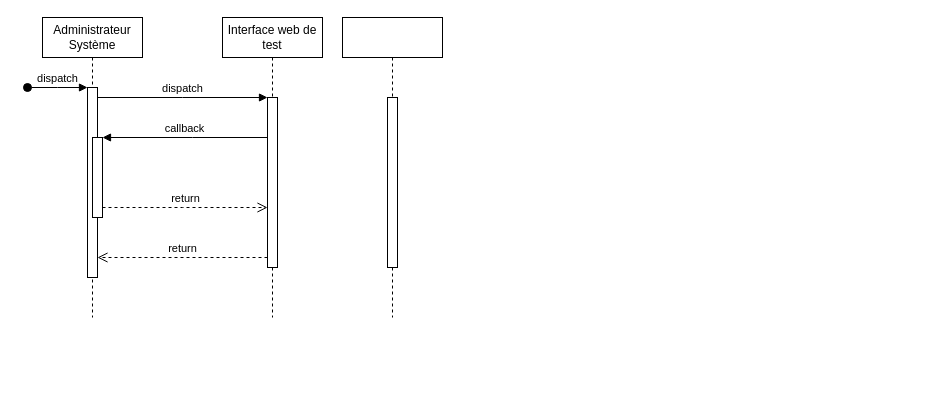
Before: sequence.drawio in eya-harbaoui/Diagramms, a draw.io diagram. Source tidied: cells renumbered, new cells numbered last; positions are measured from the earlier drawing's top-left corner, leaving out a move shared by most shapes. Both pictures are drawn from the tidied source at 100%, with x=0, y=0 at pixel (27, 17).
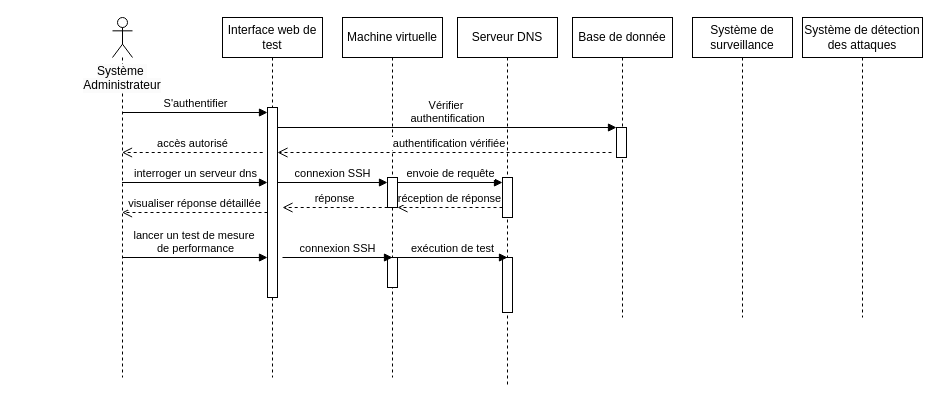
The same page after the edit.

Commit message:
Mettre à jour sequence.drawio

The edit, as a diff of the source:
```diff
@@
-    <mxCell id="2" value="Administrateur Système" style="shape=umlLifeline;perimeter=lifelinePerimeter;whiteSpace=wrap;html=1;newEdgeStyle={&quot;edgeStyle&quot;:&quot;elbowEdgeStyle&quot;,&quot;elbow&quot;:&quot;vertical&quot;,&quot;curved&quot;:0,&quot;rounded&quot;:0};" parent="1" vertex="1">
-      <mxGeometry x="15" width="100" height="300" as="geometry" />
-    </mxCell>
-    <mxCell id="3" style="html=1;points=[];perimeter=orthogonalPerimeter;outlineConnect=0;targetShapes=umlLifeline;portConstraint=eastwest;newEdgeStyle={&quot;edgeStyle&quot;:&quot;elbowEdgeStyle&quot;,&quot;elbow&quot;:&quot;vertical&quot;,&quot;curved&quot;:0,&quot;rounded&quot;:0};" parent="2" vertex="1">
-      <mxGeometry x="45" y="70" width="10" height="190" as="geometry" />
-    </mxCell>
-    <mxCell id="4" value="dispatch" style="html=1;verticalAlign=bottom;startArrow=oval;endArrow=block;startSize=8;edgeStyle=elbowEdgeStyle;elbow=vertical;curved=0;rounded=0;" parent="2" edge="1" target="3">
-      <mxGeometry relative="1" as="geometry">
-        <mxPoint x="-15" y="70" as="sourcePoint" />
-      </mxGeometry>
-    </mxCell>
-    <mxCell id="5" style="html=1;points=[];perimeter=orthogonalPerimeter;outlineConnect=0;targetShapes=umlLifeline;portConstraint=eastwest;newEdgeStyle={&quot;edgeStyle&quot;:&quot;elbowEdgeStyle&quot;,&quot;elbow&quot;:&quot;vertical&quot;,&quot;curved&quot;:0,&quot;rounded&quot;:0};" parent="2" vertex="1">
-      <mxGeometry x="50" y="120" width="10" height="80" as="geometry" />
-    </mxCell>
     <mxCell id="6" value="Interface web de test" style="shape=umlLifeline;perimeter=lifelinePerimeter;whiteSpace=wrap;html=1;newEdgeStyle={&quot;edgeStyle&quot;:&quot;elbowEdgeStyle&quot;,&quot;elbow&quot;:&quot;vertical&quot;,&quot;curved&quot;:0,&quot;rounded&quot;:0};" parent="1" vertex="1">
-      <mxGeometry x="195" width="100" height="300" as="geometry" />
+      <mxGeometry x="195" width="100" height="360" as="geometry" />
     </mxCell>
-    <mxCell id="7" style="html=1;points=[];perimeter=orthogonalPerimeter;outlineConnect=0;targetShapes=umlLifeline;portConstraint=eastwest;newEdgeStyle={&quot;edgeStyle&quot;:&quot;elbowEdgeStyle&quot;,&quot;elbow&quot;:&quot;vertical&quot;,&quot;curved&quot;:0,&quot;rounded&quot;:0};" parent="6" vertex="1">
-      <mxGeometry x="45" y="80" width="10" height="170" as="geometry" />
-    </mxCell>
-    <mxCell id="8" value="dispatch" style="html=1;verticalAlign=bottom;endArrow=block;edgeStyle=elbowEdgeStyle;elbow=vertical;curved=0;rounded=0;" parent="1" edge="1" source="3" target="7">
-      <mxGeometry relative="1" as="geometry">
-        <Array as="points">
-          <mxPoint x="155" y="80" />
-        </Array>
-      </mxGeometry>
-    </mxCell>
-    <mxCell id="9" value="return" style="html=1;verticalAlign=bottom;endArrow=open;dashed=1;endSize=8;edgeStyle=elbowEdgeStyle;elbow=vertical;curved=0;rounded=0;" parent="1" edge="1" source="7" target="3">
-      <mxGeometry relative="1" as="geometry">
-        <Array as="points">
-          <mxPoint x="165" y="240" />
-        </Array>
-      </mxGeometry>
-    </mxCell>
-    <mxCell id="10" value="callback" style="html=1;verticalAlign=bottom;endArrow=block;edgeStyle=elbowEdgeStyle;elbow=vertical;curved=0;rounded=0;" parent="1" edge="1" source="7" target="5">
-      <mxGeometry relative="1" as="geometry">
-        <Array as="points">
-          <mxPoint x="165" y="120" />
-        </Array>
-      </mxGeometry>
-    </mxCell>
-    <mxCell id="11" value="return" style="html=1;verticalAlign=bottom;endArrow=open;dashed=1;endSize=8;edgeStyle=elbowEdgeStyle;elbow=vertical;curved=0;rounded=0;" parent="1" edge="1" source="5" target="7">
-      <mxGeometry relative="1" as="geometry">
-        <Array as="points">
-          <mxPoint x="155" y="190" />
-        </Array>
-      </mxGeometry>
-    </mxCell>
+    <mxCell id="14" style="html=1;points=[[0,0,0,0,5],[0,1,0,0,-5],[1,0,0,0,5],[1,1,0,0,-5]];perimeter=orthogonalPerimeter;outlineConnect=0;targetShapes=umlLifeline;portConstraint=eastwest;newEdgeStyle={&quot;curved&quot;:0,&quot;rounded&quot;:0};" parent="6" vertex="1">
+      <mxGeometry x="45" y="90" width="10" height="190" as="geometry" />
+    </mxCell>
-    <mxCell id="12" style="shape=umlLifeline;perimeter=lifelinePerimeter;whiteSpace=wrap;html=1;newEdgeStyle={&quot;edgeStyle&quot;:&quot;elbowEdgeStyle&quot;,&quot;elbow&quot;:&quot;vertical&quot;,&quot;curved&quot;:0,&quot;rounded&quot;:0};" parent="1" vertex="1">
-      <mxGeometry x="315" width="100" height="300" as="geometry" />
+    <mxCell id="12" value="Machine virtuelle" style="shape=umlLifeline;perimeter=lifelinePerimeter;whiteSpace=wrap;html=1;newEdgeStyle={&quot;edgeStyle&quot;:&quot;elbowEdgeStyle&quot;,&quot;elbow&quot;:&quot;vertical&quot;,&quot;curved&quot;:0,&quot;rounded&quot;:0};" parent="1" vertex="1">
+      <mxGeometry x="315" width="100" height="360" as="geometry" />
     </mxCell>
-    <mxCell id="13" style="html=1;perimeter=orthogonalPerimeter;targetShapes=umlLifeline;newEdgeStyle={&quot;edgeStyle&quot;:&quot;elbowEdgeStyle&quot;,&quot;elbow&quot;:&quot;vertical&quot;,&quot;curved&quot;:0,&quot;rounded&quot;:0};" parent="12" vertex="1">
-      <mxGeometry x="45" y="80" width="10" height="170" as="geometry" />
-    </mxCell>
+    <mxCell id="15" style="html=1;points=[[0,0,0,0,5],[0,1,0,0,-5],[1,0,0,0,5],[1,1,0,0,-5]];perimeter=orthogonalPerimeter;outlineConnect=0;targetShapes=umlLifeline;portConstraint=eastwest;newEdgeStyle={&quot;curved&quot;:0,&quot;rounded&quot;:0};" parent="12" vertex="1">
+      <mxGeometry x="45" y="160" width="10" height="30" as="geometry" />
+    </mxCell>
+    <mxCell id="16" value="connexion SSH" style="html=1;verticalAlign=bottom;endArrow=block;curved=0;rounded=0;entryX=0;entryY=0;entryDx=0;entryDy=5;" parent="12" edge="1" target="15">
+      <mxGeometry relative="1" as="geometry">
+        <mxPoint x="-65" y="165" as="sourcePoint" />
+      </mxGeometry>
+    </mxCell>
+    <mxCell id="17" style="html=1;perimeter=orthogonalPerimeter;targetShapes=umlLifeline;newEdgeStyle={&quot;curved&quot;:0,&quot;rounded&quot;:0};" parent="12" vertex="1">
+      <mxGeometry x="45" y="240" width="10" height="30" as="geometry" />
+    </mxCell>
+    <mxCell id="18" value="Base de donnée" style="shape=umlLifeline;perimeter=lifelinePerimeter;whiteSpace=wrap;html=1;newEdgeStyle={&quot;edgeStyle&quot;:&quot;elbowEdgeStyle&quot;,&quot;elbow&quot;:&quot;vertical&quot;,&quot;curved&quot;:0,&quot;rounded&quot;:0};" parent="1" vertex="1">
+      <mxGeometry x="545" width="100" height="300" as="geometry" />
+    </mxCell>
+    <mxCell id="19" style="html=1;perimeter=orthogonalPerimeter;targetShapes=umlLifeline;newEdgeStyle={&quot;curved&quot;:0,&quot;rounded&quot;:0};" parent="18" vertex="1">
+      <mxGeometry x="44" y="110" width="10" height="30" as="geometry" />
+    </mxCell>
+    <mxCell id="20" value="Serveur DNS" style="shape=umlLifeline;perimeter=lifelinePerimeter;whiteSpace=wrap;html=1;newEdgeStyle={&quot;edgeStyle&quot;:&quot;elbowEdgeStyle&quot;,&quot;elbow&quot;:&quot;vertical&quot;,&quot;curved&quot;:0,&quot;rounded&quot;:0};" parent="1" vertex="1">
+      <mxGeometry x="430" width="100" height="370" as="geometry" />
+    </mxCell>
+    <mxCell id="21" style="html=1;points=[[0,0,0,0,5],[0,1,0,0,-5],[1,0,0,0,5],[1,1,0,0,-5]];perimeter=orthogonalPerimeter;outlineConnect=0;targetShapes=umlLifeline;portConstraint=eastwest;newEdgeStyle={&quot;curved&quot;:0,&quot;rounded&quot;:0};" parent="20" vertex="1">
+      <mxGeometry x="45" y="160" width="10" height="40" as="geometry" />
+    </mxCell>
+    <mxCell id="22" style="html=1;perimeter=orthogonalPerimeter;targetShapes=umlLifeline;newEdgeStyle={&quot;curved&quot;:0,&quot;rounded&quot;:0};" parent="20" vertex="1">
+      <mxGeometry x="45" y="240" width="10" height="55" as="geometry" />
+    </mxCell>
+    <mxCell id="23" value="Système de surveillance" style="shape=umlLifeline;perimeter=lifelinePerimeter;whiteSpace=wrap;html=1;newEdgeStyle={&quot;edgeStyle&quot;:&quot;elbowEdgeStyle&quot;,&quot;elbow&quot;:&quot;vertical&quot;,&quot;curved&quot;:0,&quot;rounded&quot;:0};" parent="1" vertex="1">
+      <mxGeometry x="665" width="100" height="300" as="geometry" />
+    </mxCell>
+    <mxCell id="24" value="Système de détection des attaques" style="shape=umlLifeline;perimeter=lifelinePerimeter;whiteSpace=wrap;html=1;newEdgeStyle={&quot;edgeStyle&quot;:&quot;elbowEdgeStyle&quot;,&quot;elbow&quot;:&quot;vertical&quot;,&quot;curved&quot;:0,&quot;rounded&quot;:0};" parent="1" vertex="1">
+      <mxGeometry x="775" width="120" height="300" as="geometry" />
+    </mxCell>
+    <mxCell id="25" style="shape=umlLifeline;perimeter=lifelinePerimeter;whiteSpace=wrap;html=1;outlineConnect=0;portConstraint=eastwest;newEdgeStyle={&quot;curved&quot;:0,&quot;rounded&quot;:0};participant=umlActor;" parent="1" vertex="1">
+      <mxGeometry x="85" width="20" height="360" as="geometry" />
+    </mxCell>
+    <mxCell id="26" value="&lt;span style=&quot;color: rgb(0, 0, 0); font-family: Helvetica; font-size: 12px; font-style: normal; font-variant-ligatures: normal; font-variant-caps: normal; font-weight: 400; letter-spacing: normal; orphans: 2; text-indent: 0px; text-transform: none; widows: 2; word-spacing: 0px; -webkit-text-stroke-width: 0px; white-space: nowrap; background-color: rgb(251, 251, 251); text-decoration-thickness: initial; text-decoration-style: initial; text-decoration-color: initial; float: none; display: inline !important;&quot;&gt;Système&amp;nbsp;&lt;/span&gt;&lt;div style=&quot;forced-color-adjust: none; color: rgb(0, 0, 0); font-family: Helvetica; font-size: 12px; font-style: normal; font-variant-ligatures: normal; font-variant-caps: normal; font-weight: 400; letter-spacing: normal; orphans: 2; text-indent: 0px; text-transform: none; widows: 2; word-spacing: 0px; -webkit-text-stroke-width: 0px; white-space: nowrap; background-color: rgb(251, 251, 251); text-decoration-thickness: initial; text-decoration-style: initial; text-decoration-color: initial;&quot;&gt;Administrateur&lt;/div&gt;" style="text;whiteSpace=wrap;html=1;align=center;" parent="1" vertex="1">
+      <mxGeometry x="40" y="40" width="110" height="50" as="geometry" />
+    </mxCell>
+    <mxCell id="27" value="accès autorisé" style="html=1;verticalAlign=bottom;endArrow=open;dashed=1;endSize=8;curved=0;rounded=0;" parent="1" edge="1" target="25">
+      <mxGeometry relative="1" as="geometry">
+        <mxPoint x="235.2" y="135" as="sourcePoint" />
+      </mxGeometry>
+    </mxCell>
+    <mxCell id="28" value="S'authentifier" style="html=1;verticalAlign=bottom;endArrow=block;curved=0;rounded=0;entryX=0;entryY=0;entryDx=0;entryDy=5;" parent="1" edge="1" source="25" target="14">
+      <mxGeometry relative="1" as="geometry" />
+    </mxCell>
+    <mxCell id="29" value="&amp;nbsp; &amp;nbsp;authentification vérifiée" style="html=1;verticalAlign=bottom;endArrow=open;dashed=1;endSize=8;curved=0;rounded=0;exitX=0;exitY=1;exitDx=0;exitDy=-5;" parent="1" edge="1">
+      <mxGeometry relative="1" as="geometry">
+        <mxPoint x="584" y="135" as="sourcePoint" />
+        <mxPoint x="250" y="135" as="targetPoint" />
+      </mxGeometry>
+    </mxCell>
+    <mxCell id="30" value="Vérifier&amp;nbsp;&lt;div&gt;authentification&lt;/div&gt;" style="html=1;verticalAlign=bottom;endArrow=block;curved=0;rounded=0;entryX=0;entryY=0;entryDx=0;entryDy=5;" parent="1" edge="1">
+      <mxGeometry relative="1" as="geometry">
+        <mxPoint x="250" y="110" as="sourcePoint" />
+        <mxPoint x="589" y="110" as="targetPoint" />
+      </mxGeometry>
+    </mxCell>
+    <mxCell id="31" value="interroger un serveur dns" style="html=1;verticalAlign=bottom;endArrow=block;curved=0;rounded=0;entryX=0;entryY=0;entryDx=0;entryDy=5;" parent="1" edge="1" source="25">
+      <mxGeometry relative="1" as="geometry">
+        <mxPoint x="240" y="165" as="targetPoint" />
+      </mxGeometry>
+    </mxCell>
+    <mxCell id="32" value="visualiser réponse détaillée" style="html=1;verticalAlign=bottom;endArrow=open;dashed=1;endSize=8;curved=0;rounded=0;exitX=0;exitY=1;exitDx=0;exitDy=-5;" parent="1" edge="1" target="25">
+      <mxGeometry relative="1" as="geometry">
+        <mxPoint x="240" y="195" as="sourcePoint" />
+      </mxGeometry>
+    </mxCell>
+    <mxCell id="33" value="réponse" style="html=1;verticalAlign=bottom;endArrow=open;dashed=1;endSize=8;curved=0;rounded=0;exitX=0;exitY=1;exitDx=0;exitDy=-5;" parent="1" edge="1">
+      <mxGeometry relative="1" as="geometry">
+        <mxPoint x="360.2" y="190" as="sourcePoint" />
+        <mxPoint x="255" y="190" as="targetPoint" />
+      </mxGeometry>
+    </mxCell>
+    <mxCell id="34" value="envoie de requête" style="html=1;verticalAlign=bottom;endArrow=block;curved=0;rounded=0;entryX=0;entryY=0;entryDx=0;entryDy=5;exitX=1;exitY=0;exitDx=0;exitDy=5;exitPerimeter=0;" parent="1" edge="1" source="15" target="21">
+      <mxGeometry relative="1" as="geometry" />
+    </mxCell>
+    <mxCell id="35" value="réception de réponse" style="html=1;verticalAlign=bottom;endArrow=open;dashed=1;endSize=8;curved=0;rounded=0;" parent="1" edge="1" target="15">
+      <mxGeometry relative="1" as="geometry">
+        <mxPoint x="475" y="190" as="sourcePoint" />
+      </mxGeometry>
+    </mxCell>
+    <mxCell id="36" value="lancer un test de mesure&amp;nbsp;&lt;div&gt;de performance&lt;/div&gt;" style="html=1;verticalAlign=bottom;endArrow=block;curved=0;rounded=0;entryX=0;entryY=0;entryDx=0;entryDy=5;" parent="1" edge="1">
+      <mxGeometry relative="1" as="geometry">
+        <mxPoint x="95" y="240" as="sourcePoint" />
+        <mxPoint x="240" y="240" as="targetPoint" />
+      </mxGeometry>
+    </mxCell>
+    <mxCell id="37" value="connexion SSH" style="html=1;verticalAlign=bottom;endArrow=block;curved=0;rounded=0;entryX=0;entryY=0;entryDx=0;entryDy=5;" parent="1" edge="1">
+      <mxGeometry relative="1" as="geometry">
+        <mxPoint x="255" y="240" as="sourcePoint" />
+        <mxPoint x="365" y="240" as="targetPoint" />
+      </mxGeometry>
+    </mxCell>
+    <mxCell id="38" value="exécution de test" style="html=1;verticalAlign=bottom;endArrow=block;curved=0;rounded=0;entryX=0;entryY=0;entryDx=0;entryDy=5;" parent="1" edge="1">
+      <mxGeometry relative="1" as="geometry">
+        <mxPoint x="370" y="240" as="sourcePoint" />
+        <mxPoint x="480" y="240" as="targetPoint" />
+      </mxGeometry>
+    </mxCell>
```
